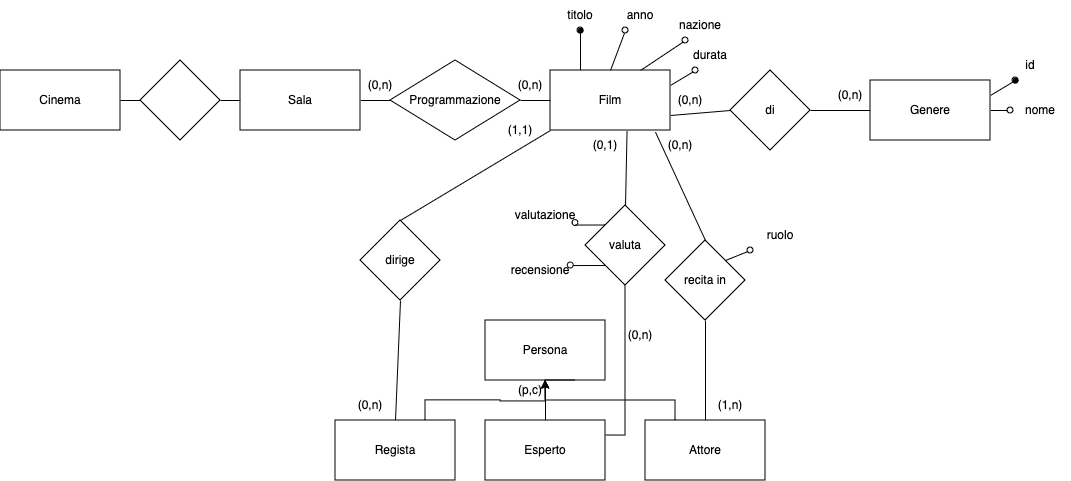
Above: Cinema.drawio.png in GekkeijuITA/BD (draw.io), before the change. Source tidied: cells renumbered, new cells last; positions are measured from the earlier drawing's top-left corner, leaving out a move shared by most shapes.
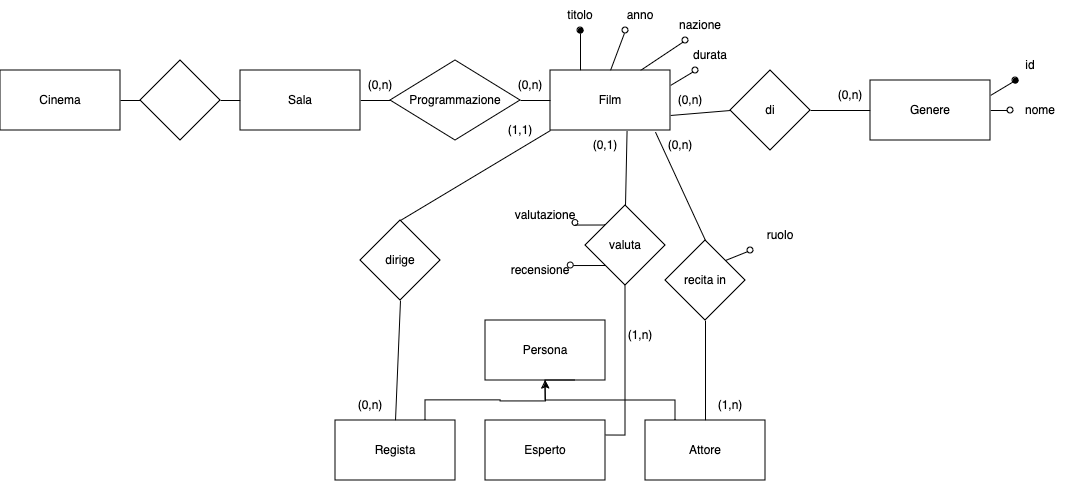
Later version of the same file.

Change to the diagram source:
```diff
@@ -77,9 +77,6 @@
     <mxCell id="26" value="nome" style="text;html=1;align=center;verticalAlign=middle;whiteSpace=wrap;rounded=0;" parent="1" vertex="1">
       <mxGeometry x="1010" y="95" width="60" height="30" as="geometry" />
     </mxCell>
-    <mxCell id="27" style="edgeStyle=orthogonalEdgeStyle;rounded=0;jettySize=auto;html=1;exitX=0.5;exitY=0;exitDx=0;exitDy=0;entryX=0.5;entryY=1;entryDx=0;entryDy=0;" parent="1" edge="1" source="29" target="14">
-      <mxGeometry relative="1" as="geometry" />
-    </mxCell>
     <mxCell id="28" style="edgeStyle=orthogonalEdgeStyle;rounded=0;jettySize=auto;html=1;exitX=1;exitY=0.25;exitDx=0;exitDy=0;entryX=0.5;entryY=1;entryDx=0;entryDy=0;endArrow=none;endFill=0;" parent="1" edge="1" source="29" target="31">
       <mxGeometry relative="1" as="geometry" />
     </mxCell>
@@ -152,7 +149,7 @@
     <mxCell id="48" value="(0,1)" style="text;html=1;align=center;verticalAlign=middle;whiteSpace=wrap;rounded=0;" parent="1" vertex="1">
       <mxGeometry x="575" y="130" width="60" height="30" as="geometry" />
     </mxCell>
-    <mxCell id="49" value="(0,n)" style="text;html=1;align=center;verticalAlign=middle;whiteSpace=wrap;rounded=0;" parent="1" vertex="1">
+    <mxCell id="49" value="(1,n)" style="text;html=1;align=center;verticalAlign=middle;whiteSpace=wrap;rounded=0;" parent="1" vertex="1">
       <mxGeometry x="610" y="320" width="60" height="30" as="geometry" />
     </mxCell>
     <mxCell id="50" value="(0,n)" style="text;html=1;align=center;verticalAlign=middle;whiteSpace=wrap;rounded=0;" parent="1" vertex="1">
@@ -179,9 +176,6 @@
     <mxCell id="57" value="(0,n)" style="text;html=1;align=center;verticalAlign=middle;whiteSpace=wrap;rounded=0;" parent="1" vertex="1">
       <mxGeometry x="650" y="130" width="60" height="30" as="geometry" />
     </mxCell>
-    <mxCell id="58" value="(p,c)" style="text;html=1;align=center;verticalAlign=middle;whiteSpace=wrap;rounded=0;" parent="1" vertex="1">
-      <mxGeometry x="510" y="380" width="40" height="20" as="geometry" />
-    </mxCell>
     <mxCell id="59" value="ruolo" style="text;html=1;align=center;verticalAlign=middle;whiteSpace=wrap;rounded=0;" parent="1" vertex="1">
       <mxGeometry x="750" y="220" width="60" height="30" as="geometry" />
     </mxCell>
```
